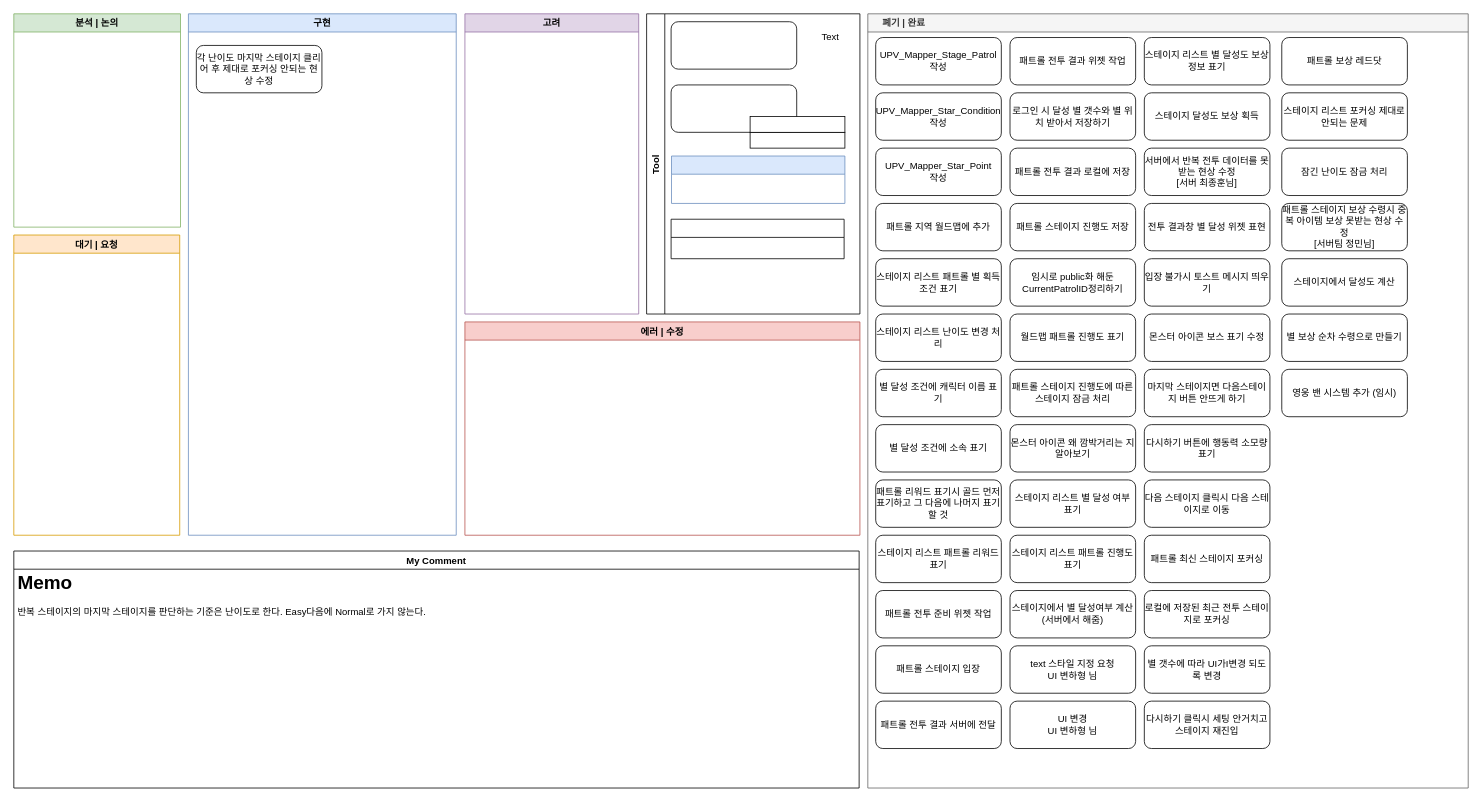
Before: 반복 스테이지 진행상황.drawio in Endorr/Job-Board, a draw.io diagram. Source tidied: cells renumbered, new cells numbered last; positions are measured from the earlier drawing's top-left corner, leaving out a move shared by most shapes. Both pictures are drawn from the tidied source at 79%, with x=0, y=0 at pixel (13, 13).
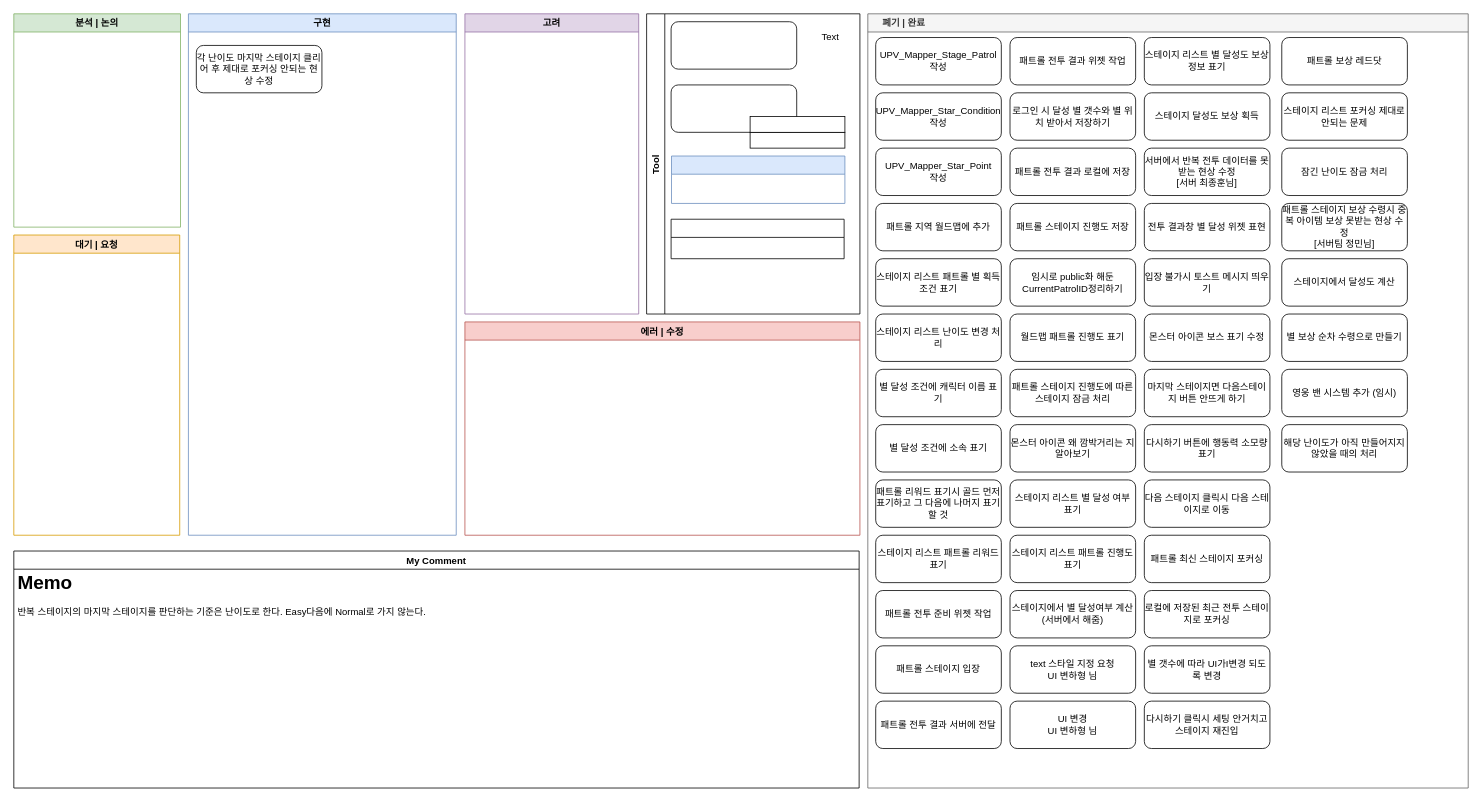
Above is the later version.

Commit message:
Update 반복 스테이지 진행상황.drawio

Unchanged cells that the change refers to:
```xml
<mxCell id="8" value="     폐기 | 완료" style="swimlane;strokeColor=#666666;fillColor=#f5f5f5;fontColor=#333333;align=left;" parent="1" vertex="1">
  <mxGeometry x="1081" width="760" height="980" as="geometry" />
</mxCell>
```

What changed in the source:
```diff
@@
+    <mxCell id="66" value="해당 난이도가 아직 만들어지지 않았을 때의 처리" style="rounded=1;whiteSpace=wrap;html=1;" parent="8" vertex="1">
+      <mxGeometry x="524" y="520" width="159" height="60" as="geometry" />
+    </mxCell>
```
